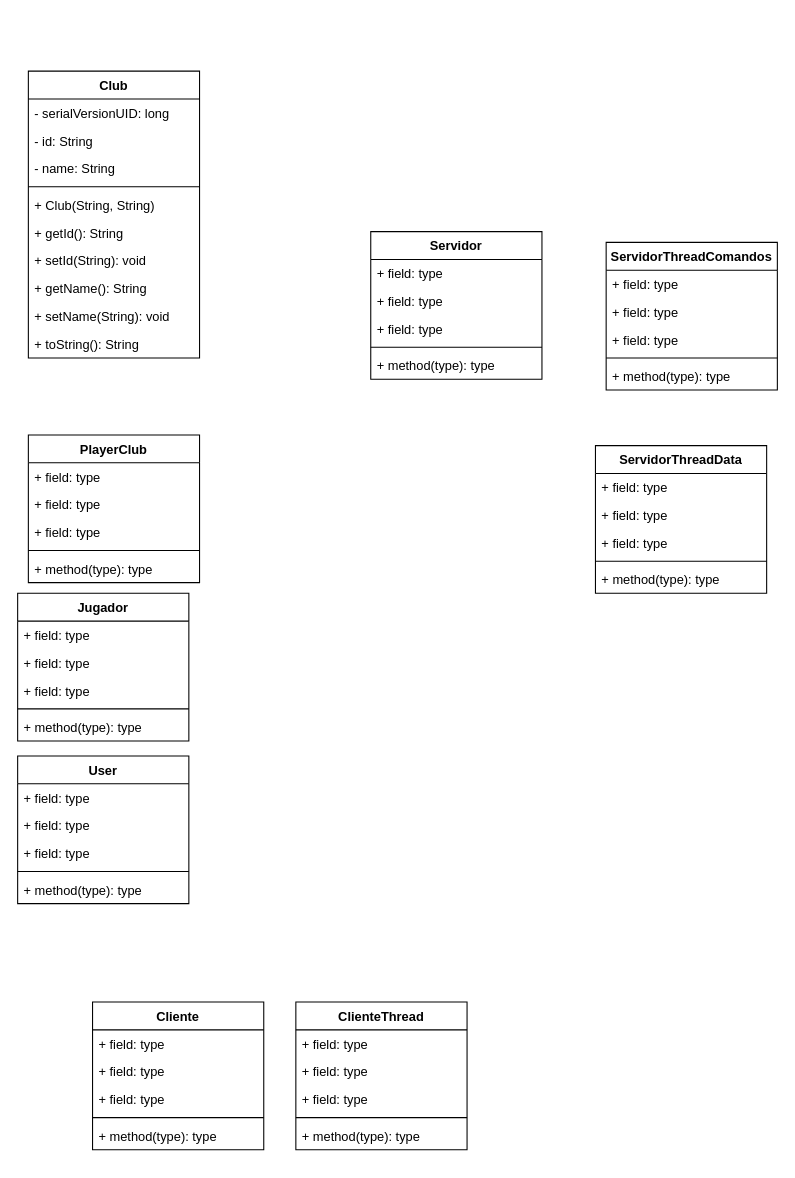
pavlorudak/UML-GestorDeClubes keeps this draw.io diagram as GestorDeClubs.drawio. Above is the earlier version. Source tidied: cells renumbered, new cells numbered last; positions are measured from the earlier drawing's top-left corner, leaving out a move shared by most shapes. Both pictures are drawn from the tidied source at 107%, with x=0, y=0 at pixel (17, 71).
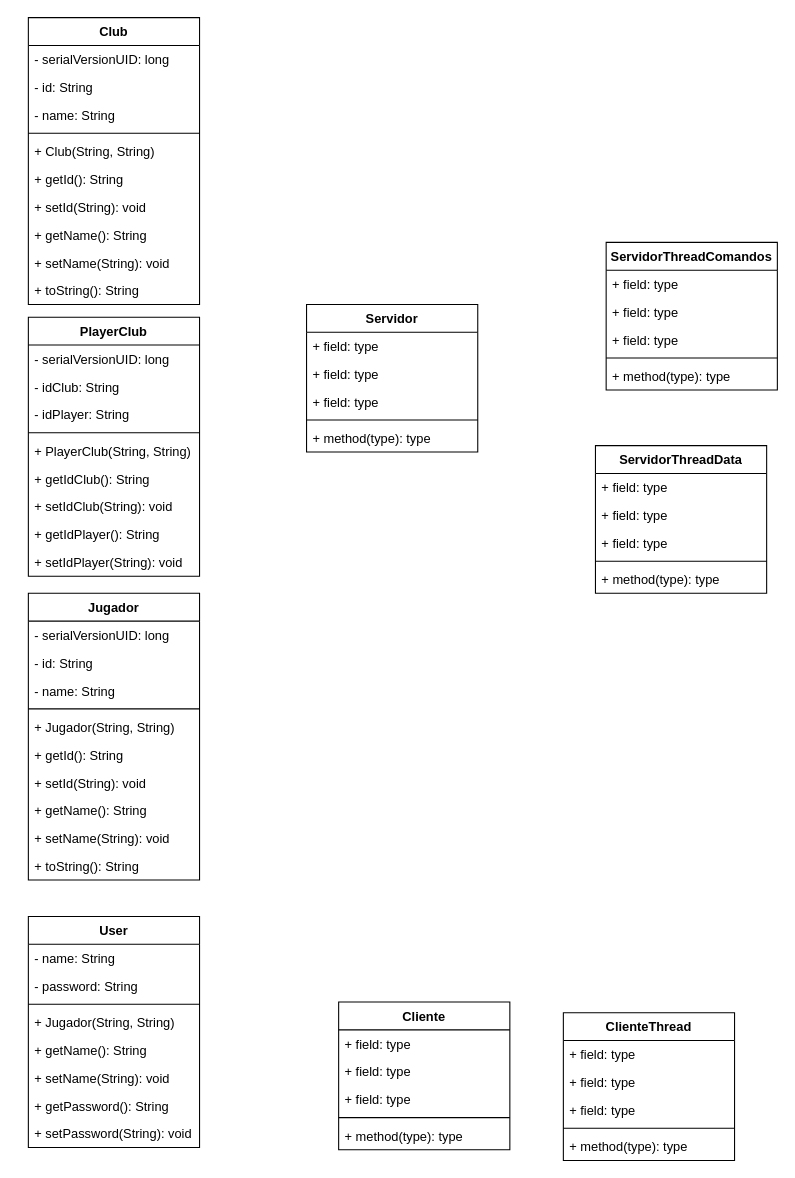
Above is the later version.

Change to the diagram source:
```diff
@@
     <mxCell id="2" value="Club" style="swimlane;fontStyle=1;align=center;verticalAlign=top;horizontal=1;startSize=26;" parent="1" vertex="1">
-      <mxGeometry x="10" width="160" height="268" as="geometry" />
+      <mxGeometry x="10" y="-50" width="160" height="268" as="geometry" />
     </mxCell>
@@
     <mxCell id="13" value="Jugador" style="swimlane;fontStyle=1;align=center;verticalAlign=top;horizontal=1;startSize=26;" parent="1" vertex="1">
-      <mxGeometry y="488" width="160" height="138" as="geometry" />
+      <mxGeometry x="10" y="488" width="160" height="268" as="geometry" />
     </mxCell>
-    <mxCell id="14" value="+ field: type" style="text;strokeColor=none;fillColor=none;align=left;verticalAlign=top;spacingLeft=4;spacingRight=4;overflow=hidden;" parent="13" vertex="1">
+    <mxCell id="14" value="- serialVersionUID: long" style="text;strokeColor=none;fillColor=none;align=left;verticalAlign=top;spacingLeft=4;spacingRight=4;overflow=hidden;" parent="13" vertex="1">
       <mxGeometry y="26" width="160" height="26" as="geometry" />
     </mxCell>
-    <mxCell id="15" value="+ field: type" style="text;strokeColor=none;fillColor=none;align=left;verticalAlign=top;spacingLeft=4;spacingRight=4;overflow=hidden;" parent="13" vertex="1">
+    <mxCell id="15" value="- id: String" style="text;strokeColor=none;fillColor=none;align=left;verticalAlign=top;spacingLeft=4;spacingRight=4;overflow=hidden;" parent="13" vertex="1">
       <mxGeometry y="52" width="160" height="26" as="geometry" />
     </mxCell>
-    <mxCell id="16" value="+ field: type" style="text;strokeColor=none;fillColor=none;align=left;verticalAlign=top;spacingLeft=4;spacingRight=4;overflow=hidden;" parent="13" vertex="1">
+    <mxCell id="16" value="- name: String" style="text;strokeColor=none;fillColor=none;align=left;verticalAlign=top;spacingLeft=4;spacingRight=4;overflow=hidden;" parent="13" vertex="1">
       <mxGeometry y="78" width="160" height="26" as="geometry" />
     </mxCell>
@@
-    <mxCell id="18" value="+ method(type): type" style="text;strokeColor=none;fillColor=none;align=left;verticalAlign=top;spacingLeft=4;spacingRight=4;overflow=hidden;" parent="13" vertex="1">
+    <mxCell id="18" value="+ Jugador(String, String)" style="text;strokeColor=none;fillColor=none;align=left;verticalAlign=top;spacingLeft=4;spacingRight=4;overflow=hidden;" parent="13" vertex="1">
       <mxGeometry y="112" width="160" height="26" as="geometry" />
     </mxCell>
+    <mxCell id="61" value="+ getId(): String" style="text;strokeColor=none;fillColor=none;align=left;verticalAlign=top;spacingLeft=4;spacingRight=4;overflow=hidden;" parent="13" vertex="1">
+      <mxGeometry y="138" width="160" height="26" as="geometry" />
+    </mxCell>
+    <mxCell id="62" value="+ setId(String): void" style="text;strokeColor=none;fillColor=none;align=left;verticalAlign=top;spacingLeft=4;spacingRight=4;overflow=hidden;" parent="13" vertex="1">
+      <mxGeometry y="164" width="160" height="26" as="geometry" />
+    </mxCell>
+    <mxCell id="63" value="+ getName(): String" style="text;strokeColor=none;fillColor=none;align=left;verticalAlign=top;spacingLeft=4;spacingRight=4;overflow=hidden;" parent="13" vertex="1">
+      <mxGeometry y="190" width="160" height="26" as="geometry" />
+    </mxCell>
+    <mxCell id="64" value="+ setName(String): void" style="text;strokeColor=none;fillColor=none;align=left;verticalAlign=top;spacingLeft=4;spacingRight=4;overflow=hidden;" parent="13" vertex="1">
+      <mxGeometry y="216" width="160" height="26" as="geometry" />
+    </mxCell>
+    <mxCell id="65" value="+ toString(): String" style="text;strokeColor=none;fillColor=none;align=left;verticalAlign=top;spacingLeft=4;spacingRight=4;overflow=hidden;" parent="13" vertex="1">
+      <mxGeometry y="242" width="160" height="26" as="geometry" />
+    </mxCell>
     <mxCell id="19" value="PlayerClub" style="swimlane;fontStyle=1;align=center;verticalAlign=top;horizontal=1;startSize=26;" parent="1" vertex="1">
-      <mxGeometry x="10" y="340" width="160" height="138" as="geometry" />
+      <mxGeometry x="10" y="230" width="160" height="242" as="geometry" />
     </mxCell>
-    <mxCell id="20" value="+ field: type" style="text;strokeColor=none;fillColor=none;align=left;verticalAlign=top;spacingLeft=4;spacingRight=4;overflow=hidden;" parent="19" vertex="1">
+    <mxCell id="20" value="- serialVersionUID: long" style="text;strokeColor=none;fillColor=none;align=left;verticalAlign=top;spacingLeft=4;spacingRight=4;overflow=hidden;" parent="19" vertex="1">
       <mxGeometry y="26" width="160" height="26" as="geometry" />
     </mxCell>
-    <mxCell id="21" value="+ field: type" style="text;strokeColor=none;fillColor=none;align=left;verticalAlign=top;spacingLeft=4;spacingRight=4;overflow=hidden;" parent="19" vertex="1">
+    <mxCell id="21" value="- idClub: String" style="text;strokeColor=none;fillColor=none;align=left;verticalAlign=top;spacingLeft=4;spacingRight=4;overflow=hidden;" parent="19" vertex="1">
       <mxGeometry y="52" width="160" height="26" as="geometry" />
     </mxCell>
-    <mxCell id="22" value="+ field: type" style="text;strokeColor=none;fillColor=none;align=left;verticalAlign=top;spacingLeft=4;spacingRight=4;overflow=hidden;" parent="19" vertex="1">
+    <mxCell id="22" value="- idPlayer: String" style="text;strokeColor=none;fillColor=none;align=left;verticalAlign=top;spacingLeft=4;spacingRight=4;overflow=hidden;" parent="19" vertex="1">
       <mxGeometry y="78" width="160" height="26" as="geometry" />
     </mxCell>
@@
-    <mxCell id="24" value="+ method(type): type" style="text;strokeColor=none;fillColor=none;align=left;verticalAlign=top;spacingLeft=4;spacingRight=4;overflow=hidden;" parent="19" vertex="1">
+    <mxCell id="24" value="+ PlayerClub(String, String)" style="text;strokeColor=none;fillColor=none;align=left;verticalAlign=top;spacingLeft=4;spacingRight=4;overflow=hidden;" parent="19" vertex="1">
       <mxGeometry y="112" width="160" height="26" as="geometry" />
     </mxCell>
+    <mxCell id="66" value="+ getIdClub(): String" style="text;strokeColor=none;fillColor=none;align=left;verticalAlign=top;spacingLeft=4;spacingRight=4;overflow=hidden;" parent="19" vertex="1">
+      <mxGeometry y="138" width="160" height="26" as="geometry" />
+    </mxCell>
+    <mxCell id="67" value="+ setIdClub(String): void" style="text;strokeColor=none;fillColor=none;align=left;verticalAlign=top;spacingLeft=4;spacingRight=4;overflow=hidden;" parent="19" vertex="1">
+      <mxGeometry y="164" width="160" height="26" as="geometry" />
+    </mxCell>
+    <mxCell id="68" value="+ getIdPlayer(): String" style="text;strokeColor=none;fillColor=none;align=left;verticalAlign=top;spacingLeft=4;spacingRight=4;overflow=hidden;" parent="19" vertex="1">
+      <mxGeometry y="190" width="160" height="26" as="geometry" />
+    </mxCell>
+    <mxCell id="69" value="+ setIdPlayer(String): void" style="text;strokeColor=none;fillColor=none;align=left;verticalAlign=top;spacingLeft=4;spacingRight=4;overflow=hidden;" parent="19" vertex="1">
+      <mxGeometry y="216" width="160" height="26" as="geometry" />
+    </mxCell>
     <mxCell id="25" value="User" style="swimlane;fontStyle=1;align=center;verticalAlign=top;horizontal=1;startSize=26;" parent="1" vertex="1">
-      <mxGeometry y="640" width="160" height="138" as="geometry" />
+      <mxGeometry x="10" y="790" width="160" height="216" as="geometry" />
     </mxCell>
-    <mxCell id="26" value="+ field: type" style="text;strokeColor=none;fillColor=none;align=left;verticalAlign=top;spacingLeft=4;spacingRight=4;overflow=hidden;" parent="25" vertex="1">
+    <mxCell id="26" value="- name: String" style="text;strokeColor=none;fillColor=none;align=left;verticalAlign=top;spacingLeft=4;spacingRight=4;overflow=hidden;" parent="25" vertex="1">
       <mxGeometry y="26" width="160" height="26" as="geometry" />
     </mxCell>
-    <mxCell id="27" value="+ field: type" style="text;strokeColor=none;fillColor=none;align=left;verticalAlign=top;spacingLeft=4;spacingRight=4;overflow=hidden;" parent="25" vertex="1">
+    <mxCell id="27" value="- password: String" style="text;strokeColor=none;fillColor=none;align=left;verticalAlign=top;spacingLeft=4;spacingRight=4;overflow=hidden;" parent="25" vertex="1">
       <mxGeometry y="52" width="160" height="26" as="geometry" />
     </mxCell>
-    <mxCell id="28" value="+ field: type" style="text;strokeColor=none;fillColor=none;align=left;verticalAlign=top;spacingLeft=4;spacingRight=4;overflow=hidden;" parent="25" vertex="1">
-      <mxGeometry y="78" width="160" height="26" as="geometry" />
-    </mxCell>
     <mxCell id="29" style="line;strokeWidth=1;fillColor=none;align=left;verticalAlign=middle;spacingTop=-1;spacingLeft=3;spacingRight=3;labelPosition=right;strokeColor=inherit;" parent="25" vertex="1">
-      <mxGeometry y="104" width="160" height="8" as="geometry" />
+      <mxGeometry y="78" width="160" height="8" as="geometry" />
     </mxCell>
-    <mxCell id="30" value="+ method(type): type" style="text;strokeColor=none;fillColor=none;align=left;verticalAlign=top;spacingLeft=4;spacingRight=4;overflow=hidden;" parent="25" vertex="1">
-      <mxGeometry y="112" width="160" height="26" as="geometry" />
+    <mxCell id="30" value="+ Jugador(String, String)" style="text;strokeColor=none;fillColor=none;align=left;verticalAlign=top;spacingLeft=4;spacingRight=4;overflow=hidden;" parent="25" vertex="1">
+      <mxGeometry y="86" width="160" height="26" as="geometry" />
     </mxCell>
+    <mxCell id="70" value="+ getName(): String" style="text;strokeColor=none;fillColor=none;align=left;verticalAlign=top;spacingLeft=4;spacingRight=4;overflow=hidden;" parent="25" vertex="1">
+      <mxGeometry y="112" width="160" height="26" as="geometry" />
+    </mxCell>
+    <mxCell id="71" value="+ setName(String): void" style="text;strokeColor=none;fillColor=none;align=left;verticalAlign=top;spacingLeft=4;spacingRight=4;overflow=hidden;" parent="25" vertex="1">
+      <mxGeometry y="138" width="160" height="26" as="geometry" />
+    </mxCell>
+    <mxCell id="72" value="+ getPassword(): String" style="text;strokeColor=none;fillColor=none;align=left;verticalAlign=top;spacingLeft=4;spacingRight=4;overflow=hidden;" parent="25" vertex="1">
+      <mxGeometry y="164" width="160" height="26" as="geometry" />
+    </mxCell>
+    <mxCell id="73" value="+ setPassword(String): void" style="text;strokeColor=none;fillColor=none;align=left;verticalAlign=top;spacingLeft=4;spacingRight=4;overflow=hidden;" parent="25" vertex="1">
+      <mxGeometry y="190" width="160" height="26" as="geometry" />
+    </mxCell>
     <mxCell id="31" value="Servidor" style="swimlane;fontStyle=1;align=center;verticalAlign=top;horizontal=1;startSize=26;" parent="1" vertex="1">
-      <mxGeometry x="330" y="150" width="160" height="138" as="geometry" />
+      <mxGeometry x="270" y="218" width="160" height="138" as="geometry" />
     </mxCell>
@@
     <mxCell id="37" value="Cliente" style="swimlane;fontStyle=1;align=center;verticalAlign=top;horizontal=1;startSize=26;" parent="1" vertex="1">
-      <mxGeometry x="70" y="870" width="160" height="138" as="geometry" />
+      <mxGeometry x="300" y="870" width="160" height="138" as="geometry" />
     </mxCell>
@@
     <mxCell id="43" value="ClienteThread" style="swimlane;fontStyle=1;align=center;verticalAlign=top;horizontal=1;startSize=26;" parent="1" vertex="1">
-      <mxGeometry x="260" y="870" width="160" height="138" as="geometry" />
+      <mxGeometry x="510" y="880" width="160" height="138" as="geometry" />
     </mxCell>
```
